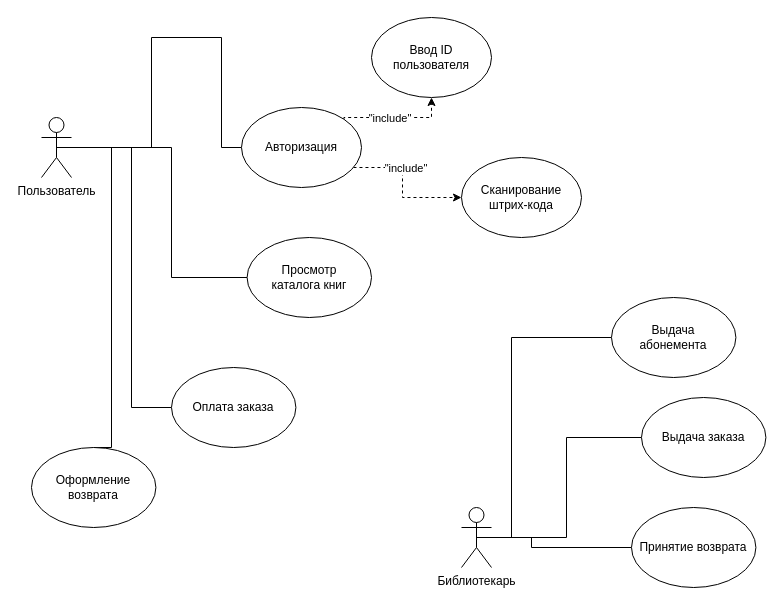
Before: use_case_diagram.drawio in NullExp-Team/IPIS_project, a draw.io diagram. Source tidied: cells renumbered, new cells numbered last; positions are measured from the earlier drawing's top-left corner, leaving out a move shared by most shapes. Both pictures are drawn from the tidied source at 100%, with x=0, y=0 at pixel (31, 17).
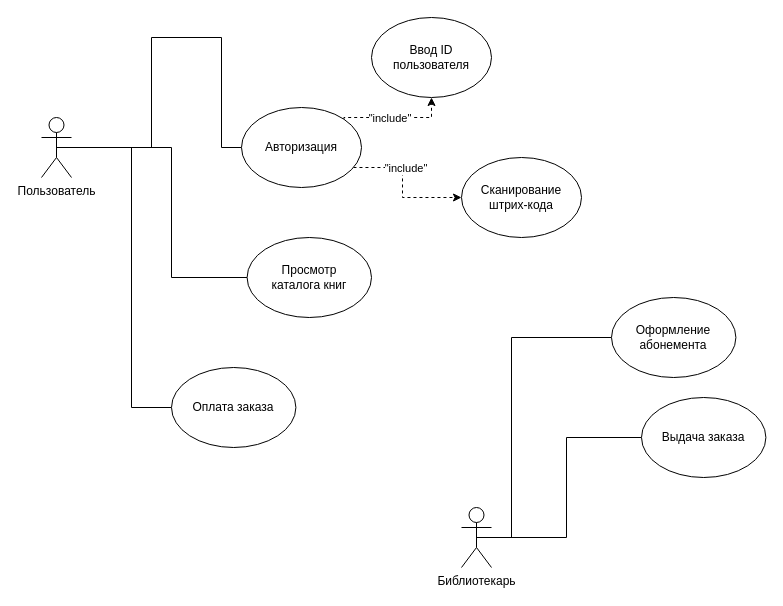
The same diagram, later.

Unchanged cells that the change refers to:
```xml
<mxCell id="6" value="Пользователь" style="shape=umlActor;verticalLabelPosition=bottom;verticalAlign=top;html=1;outlineConnect=0;" parent="1" vertex="1">
  <mxGeometry x="10" y="100" width="30" height="60" as="geometry" />
</mxCell>
<mxCell id="10" value="Библиотекарь" style="shape=umlActor;verticalLabelPosition=bottom;verticalAlign=top;html=1;outlineConnect=0;" parent="1" vertex="1">
  <mxGeometry x="430" y="490" width="30" height="60" as="geometry" />
</mxCell>
```

Diff of the diagram source:
```diff
@@
-    <mxCell id="5" style="edgeStyle=orthogonalEdgeStyle;rounded=0;jettySize=auto;html=1;exitX=0.5;exitY=0.5;exitDx=0;exitDy=0;exitPerimeter=0;entryX=0.5;entryY=0;entryDx=0;entryDy=0;endArrow=none;endFill=0;" parent="1" edge="1" source="6" target="22">
-      <mxGeometry relative="1" as="geometry">
-        <Array as="points">
-          <mxPoint x="80" y="130" />
-          <mxPoint x="80" y="430" />
-        </Array>
-      </mxGeometry>
-    </mxCell>
@@
-    <mxCell id="9" style="edgeStyle=orthogonalEdgeStyle;rounded=0;jettySize=auto;html=1;exitX=0.5;exitY=0.5;exitDx=0;exitDy=0;exitPerimeter=0;entryX=0;entryY=0.5;entryDx=0;entryDy=0;endArrow=none;endFill=0;" parent="1" edge="1" source="10" target="23">
-      <mxGeometry relative="1" as="geometry">
-        <Array as="points">
-          <mxPoint x="500" y="520" />
-          <mxPoint x="500" y="530" />
-        </Array>
-      </mxGeometry>
-    </mxCell>
@@
-    <mxCell id="20" value="Выдача&lt;br&gt;абонемента" style="ellipse;whiteSpace=wrap;html=1;" parent="1" vertex="1">
+    <mxCell id="20" value="Оформление&lt;br&gt;абонемента" style="ellipse;whiteSpace=wrap;html=1;" parent="1" vertex="1">
       <mxGeometry x="580" y="280" width="124.4" height="80" as="geometry" />
     </mxCell>
@@
-    <mxCell id="22" value="Оформление&lt;br&gt;возврата" style="ellipse;whiteSpace=wrap;html=1;" parent="1" vertex="1">
-      <mxGeometry y="430" width="124.4" height="80" as="geometry" />
-    </mxCell>
-    <mxCell id="23" value="Принятие возврата" style="ellipse;whiteSpace=wrap;html=1;" parent="1" vertex="1">
-      <mxGeometry x="600" y="490" width="124.4" height="80" as="geometry" />
-    </mxCell>
```
